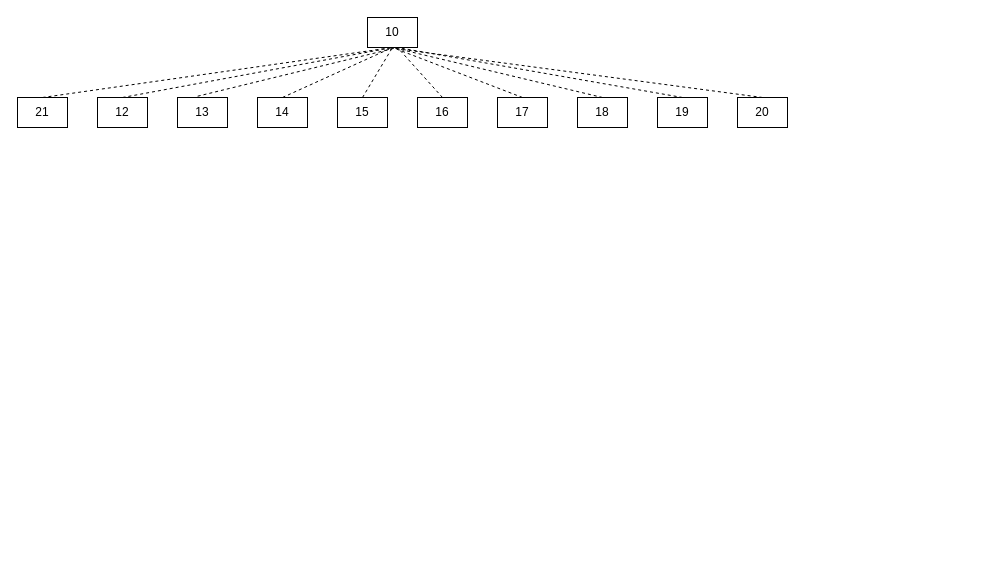
Earlier version of the draw.io diagram 16vs10.drawio (demilio11/Suika-effect). Source tidied: cells renumbered, new cells numbered last; positions are measured from the earlier drawing's top-left corner, leaving out a move shared by most shapes. Both pictures are drawn from the tidied source at 100%, with x=0, y=0 at pixel (17, 17).
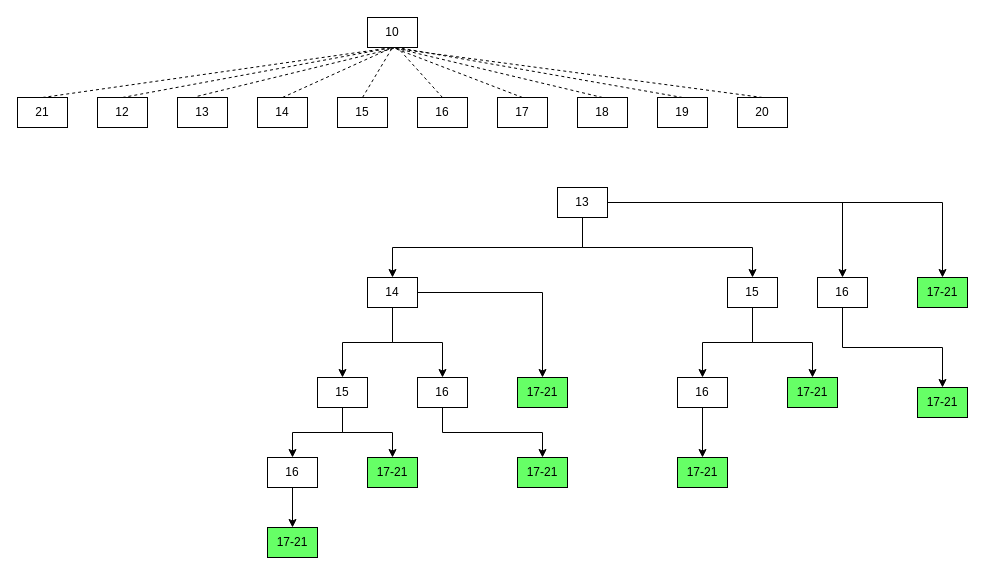
After the change.

What changed in the source:
```diff
@@
+    <mxCell id="23" style="edgeStyle=orthogonalEdgeStyle;rounded=0;jettySize=auto;html=1;entryX=0.5;entryY=0;entryDx=0;entryDy=0;" parent="1" edge="1" source="26" target="30">
+      <mxGeometry relative="1" as="geometry" />
+    </mxCell>
+    <mxCell id="24" style="edgeStyle=orthogonalEdgeStyle;rounded=0;jettySize=auto;html=1;entryX=0.5;entryY=0;entryDx=0;entryDy=0;" parent="1" edge="1" source="26" target="32">
+      <mxGeometry relative="1" as="geometry" />
+    </mxCell>
+    <mxCell id="25" style="edgeStyle=orthogonalEdgeStyle;rounded=0;jettySize=auto;html=1;exitX=0.5;exitY=1;exitDx=0;exitDy=0;entryX=0.5;entryY=0;entryDx=0;entryDy=0;" parent="1" edge="1" source="26" target="29">
+      <mxGeometry relative="1" as="geometry" />
+    </mxCell>
+    <mxCell id="26" value="14" style="rounded=0;whiteSpace=wrap;html=1;" parent="1" vertex="1">
+      <mxGeometry x="350" y="260" width="50" height="30" as="geometry" />
+    </mxCell>
+    <mxCell id="27" style="edgeStyle=orthogonalEdgeStyle;rounded=0;jettySize=auto;html=1;entryX=0.5;entryY=0;entryDx=0;entryDy=0;" parent="1" edge="1" source="29" target="34">
+      <mxGeometry relative="1" as="geometry" />
+    </mxCell>
+    <mxCell id="28" style="edgeStyle=orthogonalEdgeStyle;rounded=0;jettySize=auto;html=1;exitX=0.5;exitY=1;exitDx=0;exitDy=0;entryX=0.5;entryY=0;entryDx=0;entryDy=0;" parent="1" edge="1" source="29" target="36">
+      <mxGeometry relative="1" as="geometry" />
+    </mxCell>
+    <mxCell id="29" value="15" style="rounded=0;whiteSpace=wrap;html=1;" parent="1" vertex="1">
+      <mxGeometry x="300" y="360" width="50" height="30" as="geometry" />
+    </mxCell>
+    <mxCell id="30" value="17-21" style="rounded=0;whiteSpace=wrap;html=1;fillColor=#66FF66;" parent="1" vertex="1">
+      <mxGeometry x="500" y="360" width="50" height="30" as="geometry" />
+    </mxCell>
+    <mxCell id="31" style="edgeStyle=orthogonalEdgeStyle;rounded=0;jettySize=auto;html=1;exitX=0.5;exitY=1;exitDx=0;exitDy=0;entryX=0.5;entryY=0;entryDx=0;entryDy=0;" parent="1" edge="1" source="32" target="33">
+      <mxGeometry relative="1" as="geometry" />
+    </mxCell>
+    <mxCell id="32" value="16" style="rounded=0;whiteSpace=wrap;html=1;" parent="1" vertex="1">
+      <mxGeometry x="400" y="360" width="50" height="30" as="geometry" />
+    </mxCell>
+    <mxCell id="33" value="17-21" style="rounded=0;whiteSpace=wrap;html=1;fillColor=#66FF66;" parent="1" vertex="1">
+      <mxGeometry x="500" y="440" width="50" height="30" as="geometry" />
+    </mxCell>
+    <mxCell id="34" value="17-21" style="rounded=0;whiteSpace=wrap;html=1;fillColor=#66FF66;" parent="1" vertex="1">
+      <mxGeometry x="350" y="440" width="50" height="30" as="geometry" />
+    </mxCell>
+    <mxCell id="35" style="edgeStyle=orthogonalEdgeStyle;rounded=0;jettySize=auto;html=1;entryX=0.5;entryY=0;entryDx=0;entryDy=0;" parent="1" edge="1" source="36" target="37">
+      <mxGeometry relative="1" as="geometry" />
+    </mxCell>
+    <mxCell id="36" value="16" style="rounded=0;whiteSpace=wrap;html=1;" parent="1" vertex="1">
+      <mxGeometry x="250" y="440" width="50" height="30" as="geometry" />
+    </mxCell>
+    <mxCell id="37" value="17-21" style="rounded=0;whiteSpace=wrap;html=1;fillColor=#66FF66;" parent="1" vertex="1">
+      <mxGeometry x="250" y="510" width="50" height="30" as="geometry" />
+    </mxCell>
+    <mxCell id="38" style="edgeStyle=orthogonalEdgeStyle;rounded=0;jettySize=auto;html=1;entryX=0.5;entryY=0;entryDx=0;entryDy=0;" parent="1" edge="1" source="42" target="48">
+      <mxGeometry relative="1" as="geometry" />
+    </mxCell>
+    <mxCell id="39" style="edgeStyle=orthogonalEdgeStyle;rounded=0;jettySize=auto;html=1;exitX=0.5;exitY=1;exitDx=0;exitDy=0;entryX=0.5;entryY=0;entryDx=0;entryDy=0;" parent="1" edge="1" source="42" target="45">
+      <mxGeometry relative="1" as="geometry" />
+    </mxCell>
+    <mxCell id="40" style="edgeStyle=orthogonalEdgeStyle;rounded=0;jettySize=auto;html=1;entryX=0.5;entryY=0;entryDx=0;entryDy=0;" parent="1" edge="1" source="42" target="47">
+      <mxGeometry relative="1" as="geometry" />
+    </mxCell>
+    <mxCell id="41" style="edgeStyle=orthogonalEdgeStyle;rounded=0;jettySize=auto;html=1;exitX=0.5;exitY=1;exitDx=0;exitDy=0;entryX=0.5;entryY=0;entryDx=0;entryDy=0;" parent="1" edge="1" source="42" target="26">
+      <mxGeometry relative="1" as="geometry" />
+    </mxCell>
+    <mxCell id="42" value="13" style="rounded=0;whiteSpace=wrap;html=1;" parent="1" vertex="1">
+      <mxGeometry x="540" y="170" width="50" height="30" as="geometry" />
+    </mxCell>
+    <mxCell id="43" style="edgeStyle=orthogonalEdgeStyle;rounded=0;jettySize=auto;html=1;exitX=0.5;exitY=1;exitDx=0;exitDy=0;entryX=0.5;entryY=0;entryDx=0;entryDy=0;" parent="1" edge="1" source="45" target="51">
+      <mxGeometry relative="1" as="geometry" />
+    </mxCell>
+    <mxCell id="44" style="edgeStyle=orthogonalEdgeStyle;rounded=0;jettySize=auto;html=1;exitX=0.5;exitY=1;exitDx=0;exitDy=0;entryX=0.5;entryY=0;entryDx=0;entryDy=0;" parent="1" edge="1" source="45" target="52">
+      <mxGeometry relative="1" as="geometry" />
+    </mxCell>
+    <mxCell id="45" value="15" style="rounded=0;whiteSpace=wrap;html=1;" parent="1" vertex="1">
+      <mxGeometry x="710" y="260" width="50" height="30" as="geometry" />
+    </mxCell>
+    <mxCell id="46" style="edgeStyle=orthogonalEdgeStyle;rounded=0;jettySize=auto;html=1;exitX=0.5;exitY=1;exitDx=0;exitDy=0;entryX=0.5;entryY=0;entryDx=0;entryDy=0;" parent="1" edge="1" source="47" target="49">
+      <mxGeometry relative="1" as="geometry" />
+    </mxCell>
+    <mxCell id="47" value="16" style="rounded=0;whiteSpace=wrap;html=1;" parent="1" vertex="1">
+      <mxGeometry x="800" y="260" width="50" height="30" as="geometry" />
+    </mxCell>
+    <mxCell id="48" value="17-21" style="rounded=0;whiteSpace=wrap;html=1;fillColor=#66FF66;" parent="1" vertex="1">
+      <mxGeometry x="900" y="260" width="50" height="30" as="geometry" />
+    </mxCell>
+    <mxCell id="49" value="17-21" style="rounded=0;whiteSpace=wrap;html=1;fillColor=#66FF66;" parent="1" vertex="1">
+      <mxGeometry x="900" y="370" width="50" height="30" as="geometry" />
+    </mxCell>
+    <mxCell id="50" style="edgeStyle=orthogonalEdgeStyle;rounded=0;jettySize=auto;html=1;exitX=0.5;exitY=1;exitDx=0;exitDy=0;entryX=0.5;entryY=0;entryDx=0;entryDy=0;" parent="1" edge="1" source="51" target="53">
+      <mxGeometry relative="1" as="geometry" />
+    </mxCell>
+    <mxCell id="51" value="16" style="rounded=0;whiteSpace=wrap;html=1;" parent="1" vertex="1">
+      <mxGeometry x="660" y="360" width="50" height="30" as="geometry" />
+    </mxCell>
+    <mxCell id="52" value="17-21" style="rounded=0;whiteSpace=wrap;html=1;fillColor=#66FF66;" parent="1" vertex="1">
+      <mxGeometry x="770" y="360" width="50" height="30" as="geometry" />
+    </mxCell>
+    <mxCell id="53" value="17-21" style="rounded=0;whiteSpace=wrap;html=1;fillColor=#66FF66;" parent="1" vertex="1">
+      <mxGeometry x="660" y="440" width="50" height="30" as="geometry" />
+    </mxCell>
```
